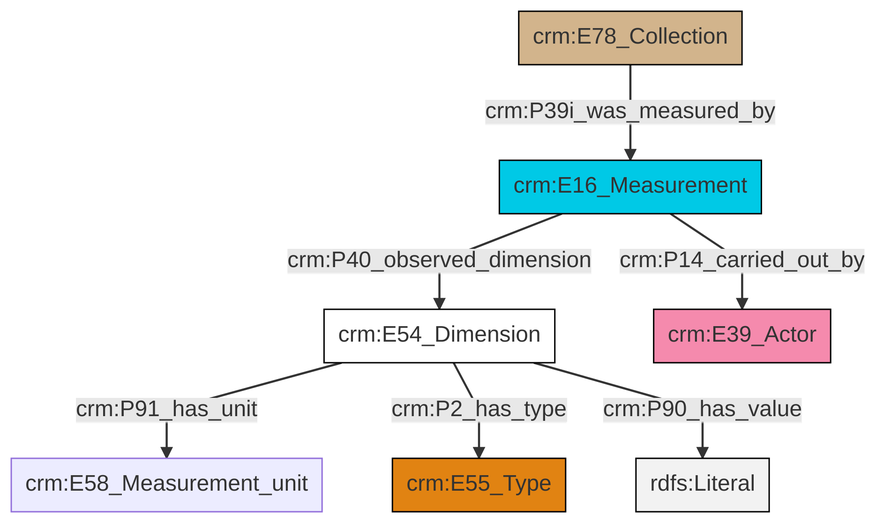
Above: et/archivalCSV/ttl/mmd/png/archival_substance.png in swiss-art-research-net/docs.swissartresearch (Mermaid), before the change. Its source is kept beside it as et/archivalCSV/ttl/mmd/archival_substance.ttl.mmd.
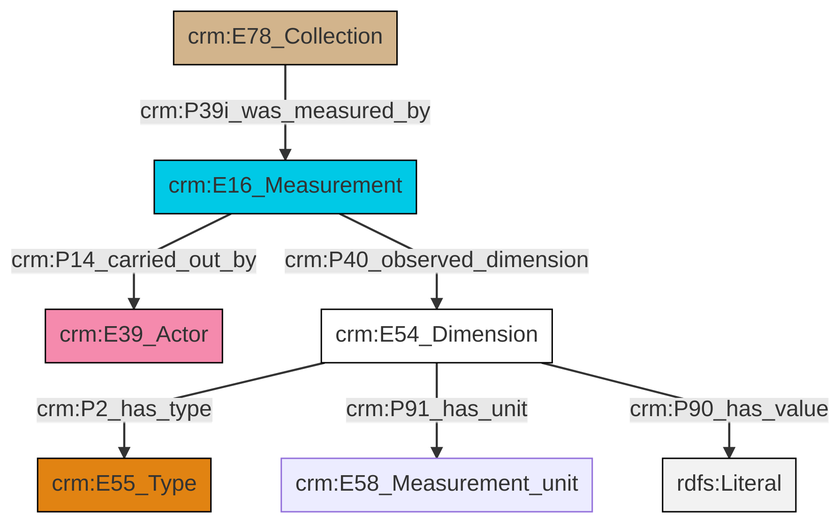
The same file after the commit.

The edit, as a diff of the source:
```diff
@@ -13,9 +13,9 @@
 classDef PC_Classes fill:#4ce600, stroke:#000000;
 classDef Multi fill:#cccccc,stroke:#000000;
 
-2["crm:E54_Dimension"]:::CRM_Entity -->|crm:P91_has_unit| 3["crm:E58_Measurement_unit"]:::Default
-2["crm:E54_Dimension"]:::CRM_Entity -->|crm:P2_has_type| 0["crm:E55_Type"]:::Type
-5["crm:E16_Measurement"]:::Temporal_Entity -->|crm:P40_observed_dimension| 2["crm:E54_Dimension"]:::CRM_Entity
-2["crm:E54_Dimension"]:::CRM_Entity -->|crm:P90_has_value| 6[rdfs:Literal]:::Literal
-9["crm:E78_Collection"]:::Physical_Thing -->|crm:P39i_was_measured_by| 5["crm:E16_Measurement"]:::Temporal_Entity
-5["crm:E16_Measurement"]:::Temporal_Entity -->|crm:P14_carried_out_by| 7["crm:E39_Actor"]:::Actor
+0["crm:E16_Measurement"]:::Temporal_Entity -->|crm:P14_carried_out_by| 1["crm:E39_Actor"]:::Actor
+7["crm:E54_Dimension"]:::CRM_Entity -->|crm:P2_has_type| 5["crm:E55_Type"]:::Type
+7["crm:E54_Dimension"]:::CRM_Entity -->|crm:P91_has_unit| 8["crm:E58_Measurement_unit"]:::Default
+0["crm:E16_Measurement"]:::Temporal_Entity -->|crm:P40_observed_dimension| 7["crm:E54_Dimension"]:::CRM_Entity
+3["crm:E78_Collection"]:::Physical_Thing -->|crm:P39i_was_measured_by| 0["crm:E16_Measurement"]:::Temporal_Entity
+7["crm:E54_Dimension"]:::CRM_Entity -->|crm:P90_has_value| 11[rdfs:Literal]:::Literal
```
